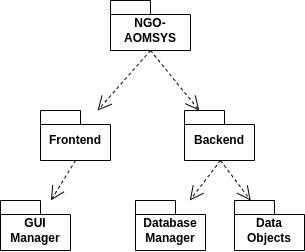
This is sdd/images/subsystem_decomposition_diagram.png from talhafatihbulbul/NGO-AOMSYS, a draw.io export, as it was before one commit. Source tidied: cells renumbered, new cells last; positions are measured from the earlier drawing's top-left corner, leaving out a move shared by most shapes.
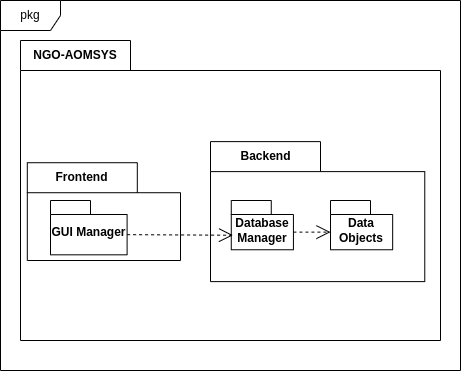
The same file after the commit.

Diff of the diagram source:
```diff
@@ -2,42 +2,47 @@
   <root>
     <mxCell id="0" />
     <mxCell id="1" parent="0" />
-    <mxCell id="2" value="NGO-AOMSYS" style="shape=folder;fontStyle=1;spacingTop=10;tabWidth=40;tabHeight=14;tabPosition=left;html=1;whiteSpace=wrap;" parent="1" vertex="1">
-      <mxGeometry x="110" width="80" height="50" as="geometry" />
+    <mxCell id="2" value="NGO-AOMSYS" style="shape=folder;fontStyle=1;tabWidth=110;tabHeight=30;tabPosition=left;html=1;boundedLbl=1;labelInHeader=1;whiteSpace=wrap;" parent="1" vertex="1">
+      <mxGeometry x="110" width="420" height="300" as="geometry" />
     </mxCell>
-    <mxCell id="3" value="&lt;div&gt;&lt;br&gt;&lt;/div&gt;" style="endArrow=open;endSize=12;dashed=1;html=1;rounded=0;exitX=0.5;exitY=1;exitDx=0;exitDy=0;exitPerimeter=0;" parent="1" edge="1" source="2" target="4">
-      <mxGeometry relative="1" as="geometry" />
-    </mxCell>
+    <mxCell id="13" style="html=1;strokeColor=none;fillColor=none;whiteSpace=wrap;" parent="2" vertex="1">
+      <mxGeometry width="420" height="210" relative="1" as="geometry">
+        <mxPoint y="30" as="offset" />
+      </mxGeometry>
+    </mxCell>
+    <mxCell id="6" value="Backend" style="shape=folder;fontStyle=1;tabWidth=110;tabHeight=30;tabPosition=left;html=1;boundedLbl=1;labelInHeader=1;whiteSpace=wrap;" parent="2" vertex="1">
+      <mxGeometry x="190" y="101.1" width="214.3" height="140" as="geometry" />
+    </mxCell>
+    <mxCell id="14" style="html=1;strokeColor=none;fillColor=none;whiteSpace=wrap;" parent="6" vertex="1">
+      <mxGeometry width="214.27" height="98" relative="1" as="geometry">
+        <mxPoint y="30" as="offset" />
+      </mxGeometry>
+    </mxCell>
+    <mxCell id="10" value="Database Manager" style="shape=folder;fontStyle=1;spacingTop=10;tabWidth=40;tabHeight=14;tabPosition=left;html=1;whiteSpace=wrap;" parent="6" vertex="1">
+      <mxGeometry x="20.8" y="58.9" width="62.2" height="49.3" as="geometry" />
+    </mxCell>
+    <mxCell id="12" value="Data Objects" style="shape=folder;fontStyle=1;spacingTop=10;tabWidth=40;tabHeight=14;tabPosition=left;html=1;whiteSpace=wrap;" parent="6" vertex="1">
+      <mxGeometry x="120" y="58.9" width="62.2" height="49.3" as="geometry" />
+    </mxCell>
+    <mxCell id="15" style="endArrow=open;endSize=12;dashed=1;html=1;rounded=0;entryX=0;entryY=0;entryDx=0;entryDy=31.629629629629626;entryPerimeter=0;exitX=0;exitY=0;exitDx=62.15760360360362;exitDy=31.629629629629626;exitPerimeter=0;" parent="6" edge="1" source="10" target="12">
+      <mxGeometry relative="1" as="geometry" />
+    </mxCell>
-    <mxCell id="4" value="Frontend" style="shape=folder;fontStyle=1;spacingTop=10;tabWidth=40;tabHeight=14;tabPosition=left;html=1;whiteSpace=wrap;" parent="1" vertex="1">
-      <mxGeometry x="40" y="110" width="70" height="50" as="geometry" />
+    <mxCell id="4" value="Frontend" style="shape=folder;fontStyle=1;tabWidth=110;tabHeight=30;tabPosition=left;html=1;boundedLbl=1;labelInHeader=1;whiteSpace=wrap;" parent="2" vertex="1">
+      <mxGeometry x="6.8" y="122.2" width="153.2" height="97.8" as="geometry" />
     </mxCell>
-    <mxCell id="5" value="&lt;div&gt;&lt;br&gt;&lt;/div&gt;" style="endArrow=open;endSize=12;dashed=1;html=1;rounded=0;exitX=0.5;exitY=1;exitDx=0;exitDy=0;exitPerimeter=0;" parent="1" edge="1" source="2" target="6">
-      <mxGeometry relative="1" as="geometry" />
-    </mxCell>
-    <mxCell id="6" value="Backend" style="shape=folder;fontStyle=1;spacingTop=10;tabWidth=40;tabHeight=14;tabPosition=left;html=1;whiteSpace=wrap;" parent="1" vertex="1">
-      <mxGeometry x="184" y="110" width="70" height="50" as="geometry" />
-    </mxCell>
-    <mxCell id="7" value="&lt;div&gt;&lt;br&gt;&lt;/div&gt;" style="endArrow=open;endSize=12;dashed=1;html=1;rounded=0;exitX=0.5;exitY=1;exitDx=0;exitDy=0;exitPerimeter=0;" parent="1" edge="1" source="4" target="8">
-      <mxGeometry relative="1" as="geometry" />
-    </mxCell>
+    <mxCell id="16" style="html=1;strokeColor=none;fillColor=none;whiteSpace=wrap;" parent="4" vertex="1">
+      <mxGeometry width="122.55" height="58.67" relative="1" as="geometry">
+        <mxPoint y="30" as="offset" />
+      </mxGeometry>
+    </mxCell>
-    <mxCell id="8" value="GUI Manager" style="shape=folder;fontStyle=1;spacingTop=10;tabWidth=40;tabHeight=14;tabPosition=left;html=1;whiteSpace=wrap;" parent="1" vertex="1">
-      <mxGeometry y="200" width="70" height="50" as="geometry" />
+    <mxCell id="8" value="GUI Manager" style="shape=folder;fontStyle=1;spacingTop=10;tabWidth=40;tabHeight=14;tabPosition=left;html=1;whiteSpace=wrap;" parent="4" vertex="1">
+      <mxGeometry x="23.2" y="37.8" width="76.6" height="54.3" as="geometry" />
     </mxCell>
-    <mxCell id="9" value="&lt;div&gt;&lt;br&gt;&lt;/div&gt;" style="endArrow=open;endSize=12;dashed=1;html=1;rounded=0;exitX=0.5;exitY=1;exitDx=0;exitDy=0;exitPerimeter=0;" parent="1" edge="1" target="10">
-      <mxGeometry relative="1" as="geometry">
-        <mxPoint x="220" y="160" as="sourcePoint" />
-      </mxGeometry>
-    </mxCell>
-    <mxCell id="10" value="Database Manager" style="shape=folder;fontStyle=1;spacingTop=10;tabWidth=40;tabHeight=14;tabPosition=left;html=1;whiteSpace=wrap;" parent="1" vertex="1">
-      <mxGeometry x="135" y="200" width="70" height="50" as="geometry" />
-    </mxCell>
-    <mxCell id="11" value="&lt;div&gt;&lt;br&gt;&lt;/div&gt;" style="endArrow=open;endSize=12;dashed=1;html=1;rounded=0;exitX=0.5;exitY=1;exitDx=0;exitDy=0;exitPerimeter=0;" parent="1" edge="1" target="12">
-      <mxGeometry relative="1" as="geometry">
-        <mxPoint x="220" y="160" as="sourcePoint" />
-      </mxGeometry>
-    </mxCell>
-    <mxCell id="12" value="Data Objects" style="shape=folder;fontStyle=1;spacingTop=10;tabWidth=40;tabHeight=14;tabPosition=left;html=1;whiteSpace=wrap;" parent="1" vertex="1">
-      <mxGeometry x="234" y="200" width="70" height="50" as="geometry" />
-    </mxCell>
+    <mxCell id="17" style="endArrow=open;endSize=12;dashed=1;html=1;rounded=0;exitX=0;exitY=0;exitDx=76.595;exitDy=34.16111111111111;exitPerimeter=0;entryX=0.028;entryY=0.705;entryDx=0;entryDy=0;entryPerimeter=0;" parent="2" edge="1" source="8" target="10">
+      <mxGeometry relative="1" as="geometry" />
+    </mxCell>
+    <mxCell id="18" value="pkg" style="shape=umlFrame;whiteSpace=wrap;html=1;" parent="1" vertex="1">
+      <mxGeometry x="90" y="-40" width="460" height="370" as="geometry" />
+    </mxCell>
   </root>
 </mxGraphModel>
```
